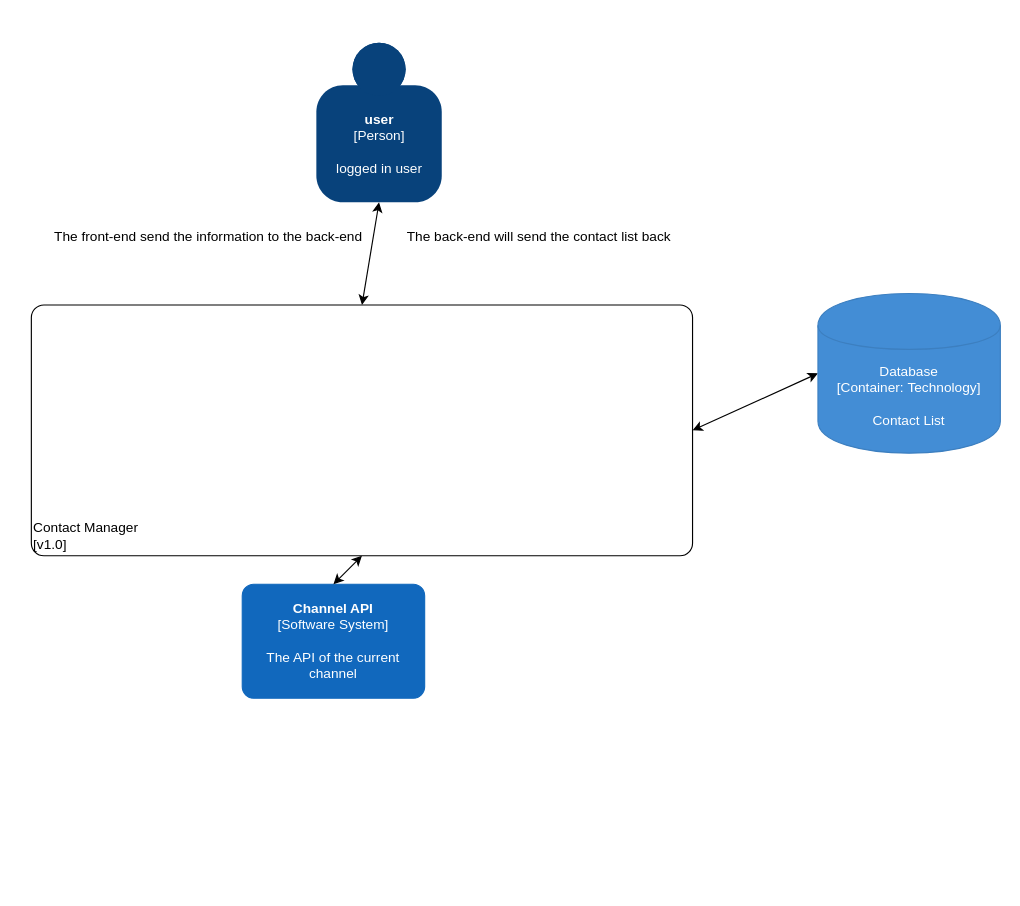
HristeaIonut/Morse-Diagrams keeps this draw.io diagram as page "Component-Diagram" (3 of 3) of C4/C4-Selecting-Contacts-Module.drawio. Above is the earlier version. Source tidied: cells renumbered, new cells numbered last; positions are measured from the earlier drawing's top-left corner, leaving out a move shared by most shapes. Both pictures are drawn from the tidied source at 114%, with x=0, y=0 at pixel (31, 42).
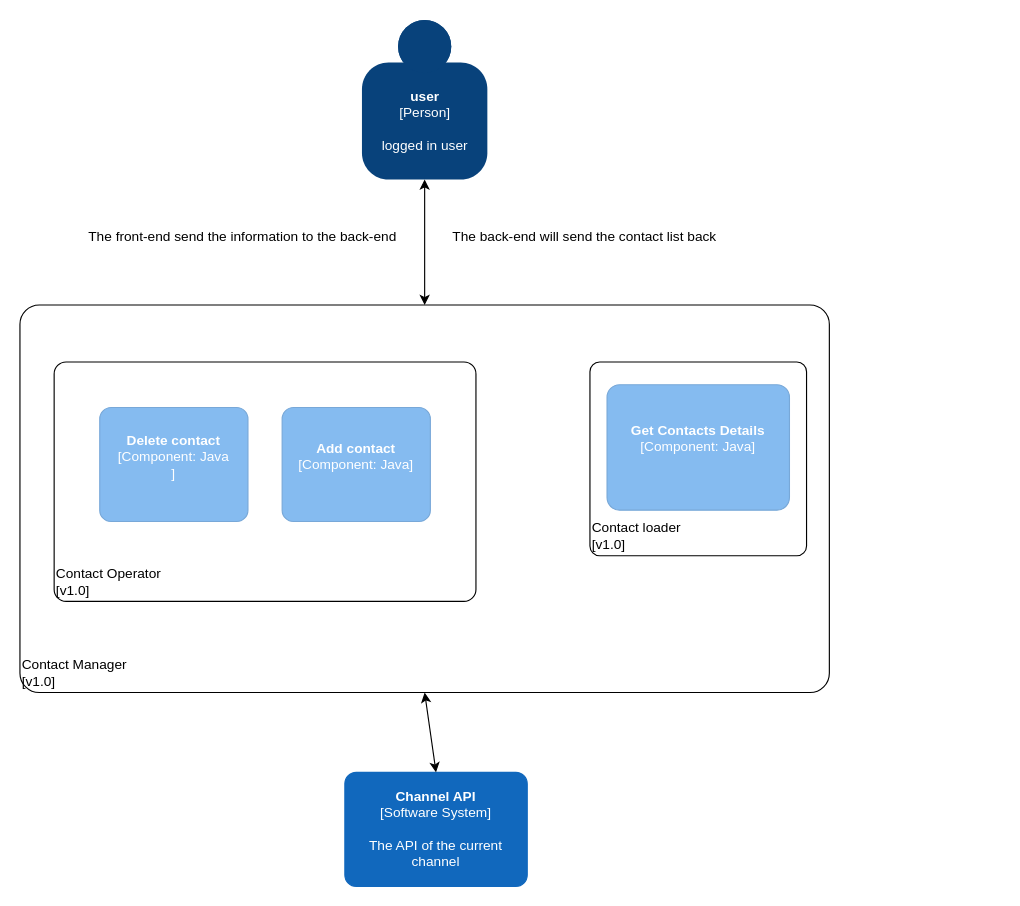
Above is the later version.

What changed in the source:
```diff
@@
 <mxGraphModel>
   <root>
     <mxCell id="0" />
     <mxCell id="1" parent="0" />
     <object id="2" label="&lt;div style=&quot;text-align: left&quot;&gt;%c4Name%&lt;/div&gt;&lt;div style=&quot;text-align: left&quot;&gt;[%c4Application%]&lt;/div&gt;" c4Application="v1.0" c4Name="Contact Manager" placeholders="1">
-      <mxCell style="rounded=1;whiteSpace=wrap;html=1;labelBackgroundColor=none;fillColor=#ffffff;fontColor=#000000;align=left;arcSize=5;strokeColor=#000000;verticalAlign=bottom;metaData={&quot;c4Type&quot;:{&quot;editable&quot;:false}};points=[[0.25,0,0],[0.5,0,0],[0.75,0,0],[1,0.25,0],[1,0.5,0],[1,0.75,0],[0.75,1,0],[0.5,1,0],[0.25,1,0],[0,0.75,0],[0,0.5,0],[0,0.25,0]];" parent="1" vertex="1">
-        <mxGeometry y="230" width="580" height="220" as="geometry" />
+      <mxCell style="rounded=1;whiteSpace=wrap;html=1;labelBackgroundColor=none;fillColor=#ffffff;fontColor=#000000;align=left;arcSize=5;strokeColor=#000000;verticalAlign=bottom;metaData={&quot;c4Type&quot;:{&quot;editable&quot;:false}};points=[[0.25,0,0],[0.5,0,0],[0.75,0,0],[1,0.25,0],[1,0.5,0],[1,0.75,0],[0.75,1,0],[0.5,1,0],[0.25,1,0],[0,0.75,0],[0,0.5,0],[0,0.25,0]];direction=west;" parent="1" vertex="1">
+        <mxGeometry x="-10" y="230" width="710" height="340" as="geometry" />
       </mxCell>
     </object>
     <object id="3" label="&lt;b&gt;%c4Name%&lt;/b&gt;&lt;div&gt;[%c4Type%]&lt;/div&gt;&lt;br&gt;&lt;div&gt;%c4Description%&lt;/div&gt;" c4Description="logged in user" c4Name="user" c4Type="Person" placeholders="1">
       <mxCell style="html=1;dashed=0;whitespace=wrap;fillColor=#08427b;strokeColor=none;fontColor=#ffffff;shape=mxgraph.c4.person;align=center;points=[[0.5,0,0],[1,0.5,0],[1,0.75,0],[0.75,1,0],[0.5,1,0],[0.25,1,0],[0,0.75,0],[0,0.5,0]];metaData={&quot;c4Type&quot;:{&quot;editable&quot;:false}};" parent="1" vertex="1">
-        <mxGeometry x="250" width="110" height="140" as="geometry" />
+        <mxGeometry x="290" y="-20" width="110" height="140" as="geometry" />
       </mxCell>
     </object>
-    <mxCell id="4" style="endArrow=classic;startArrow=classic;html=1;entryX=0.5;entryY=1;entryDx=0;entryDy=0;entryPerimeter=0;exitX=0.5;exitY=0;exitDx=0;exitDy=0;exitPerimeter=0;" parent="1" edge="1" source="2" target="3">
+    <mxCell id="4" style="endArrow=classic;startArrow=classic;html=1;entryX=0.5;entryY=1;entryDx=0;entryDy=0;entryPerimeter=0;" parent="1" edge="1" source="2" target="3">
       <mxGeometry relative="1" as="geometry" />
     </mxCell>
     <mxCell id="5" value="The front-end send the information to the back-end" style="text;html=1;align=center;verticalAlign=middle;" parent="1" vertex="1">
-      <mxGeometry x="10" y="160" width="290" height="20" as="geometry" />
+      <mxGeometry x="40" y="160" width="290" height="20" as="geometry" />
     </mxCell>
     <mxCell id="6" value="The back-end will send the contact list back" style="text;html=1;align=center;verticalAlign=middle;" parent="1" vertex="1">
-      <mxGeometry x="320" y="160" width="250" height="20" as="geometry" />
+      <mxGeometry x="360" y="160" width="250" height="20" as="geometry" />
     </mxCell>
-    <mxCell id="7" style="endArrow=classic;startArrow=classic;html=1;exitX=1;exitY=0.5;exitDx=0;exitDy=0;exitPerimeter=0;entryX=0;entryY=0.5;entryDx=0;entryDy=0;entryPerimeter=0;" parent="1" edge="1" source="2" target="8">
-      <mxGeometry relative="1" as="geometry" />
-    </mxCell>
-    <object id="8" label="%c4Type%&lt;div&gt;[Container:&amp;nbsp;%c4Technology%]&lt;/div&gt;&lt;br&gt;&lt;div&gt;%c4Description%&lt;/div&gt;" c4Description="Contact List" c4Technology="Technology" c4Type="Database" placeholders="1">
-      <mxCell style="shape=cylinder;whiteSpace=wrap;html=1;boundedLbl=1;rounded=0;labelBackgroundColor=none;fillColor=#438DD5;fontSize=12;fontColor=#ffffff;align=center;strokeColor=#3C7FC0;points=[[0.5,0,0],[1,0.25,0],[1,0.5,0],[1,0.75,0],[0.5,1,0],[0,0.75,0],[0,0.5,0],[0,0.25,0]];metaData={&quot;c4Type&quot;:{&quot;editable&quot;:false}};" parent="1" vertex="1">
-        <mxGeometry x="690" y="220" width="160" height="140" as="geometry" />
-      </mxCell>
-    </object>
     <object id="9" label="&lt;b&gt;%c4Name%&lt;/b&gt;&lt;div&gt;[%c4Type%]&lt;/div&gt;&lt;br&gt;&lt;div&gt;%c4Description%&lt;/div&gt;" c4Description="The API of the current channel" c4Name="Channel API" c4Type="Software System" placeholders="1">
       <mxCell style="rounded=1;whiteSpace=wrap;html=1;labelBackgroundColor=none;fillColor=#1168BD;fontColor=#ffffff;align=center;arcSize=10;strokeColor=#1168BD;metaData={&quot;c4Type&quot;:{&quot;editable&quot;:false}};points=[[0.25,0,0],[0.5,0,0],[0.75,0,0],[1,0.25,0],[1,0.5,0],[1,0.75,0],[0.75,1,0],[0.5,1,0],[0.25,1,0],[0,0.75,0],[0,0.5,0],[0,0.25,0]];" parent="1" vertex="1">
-        <mxGeometry x="185" y="475" width="160" height="100" as="geometry" />
+        <mxGeometry x="275" y="640" width="160" height="100" as="geometry" />
       </mxCell>
     </object>
-    <mxCell id="10" style="endArrow=classic;startArrow=classic;html=1;exitX=0.5;exitY=0;exitDx=0;exitDy=0;exitPerimeter=0;entryX=0.5;entryY=1;entryDx=0;entryDy=0;entryPerimeter=0;" parent="1" edge="1" source="9" target="2">
+    <mxCell id="10" style="endArrow=classic;startArrow=classic;html=1;exitX=0.5;exitY=0;exitDx=0;exitDy=0;exitPerimeter=0;entryX=0.5;entryY=0;entryDx=0;entryDy=0;entryPerimeter=0;" parent="1" edge="1" source="9" target="2">
       <mxGeometry relative="1" as="geometry" />
     </mxCell>
+    <object id="11" label="&lt;div style=&quot;text-align: left&quot;&gt;%c4Name%&lt;/div&gt;&lt;div style=&quot;text-align: left&quot;&gt;[%c4Application%]&lt;/div&gt;" c4Application="v1.0" c4Name="Contact Operator" placeholders="1">
+      <mxCell style="rounded=1;whiteSpace=wrap;html=1;labelBackgroundColor=none;fillColor=#ffffff;fontColor=#000000;align=left;arcSize=5;strokeColor=#000000;verticalAlign=bottom;metaData={&quot;c4Type&quot;:{&quot;editable&quot;:false}};" parent="1" vertex="1">
+        <mxGeometry x="20" y="280" width="370" height="210" as="geometry" />
+      </mxCell>
+    </object>
+    <object id="12" label="&lt;b&gt;%c4Name%&lt;/b&gt;&lt;div&gt;[%c4Type%: %c4Technology%]&lt;/div&gt;&lt;br&gt;&lt;div&gt;%c4Description%&lt;/div&gt;" c4Description="" c4Name="Delete contact" c4Technology="Java&#10;" c4Type="Component" placeholders="1">
+      <mxCell style="rounded=1;whiteSpace=wrap;html=1;labelBackgroundColor=none;fillColor=#85BBF0;fontColor=#ffffff;align=center;arcSize=10;strokeColor=#78A8D8;metaData={&quot;c4Type&quot;:{&quot;editable&quot;:false}};" parent="1" vertex="1">
+        <mxGeometry x="60" y="320" width="130" height="100" as="geometry" />
+      </mxCell>
+    </object>
+    <object id="13" label="&lt;div style=&quot;text-align: left&quot;&gt;%c4Name%&lt;/div&gt;&lt;div style=&quot;text-align: left&quot;&gt;[%c4Application%]&lt;/div&gt;" c4Application="v1.0" c4Name="Contact loader" placeholders="1">
+      <mxCell style="rounded=1;whiteSpace=wrap;html=1;labelBackgroundColor=none;fillColor=#ffffff;fontColor=#000000;align=left;arcSize=5;strokeColor=#000000;verticalAlign=bottom;metaData={&quot;c4Type&quot;:{&quot;editable&quot;:false}};" parent="1" vertex="1">
+        <mxGeometry x="490" y="280" width="190" height="170" as="geometry" />
+      </mxCell>
+    </object>
+    <object id="14" label="&lt;b&gt;%c4Name%&lt;/b&gt;&lt;div&gt;[%c4Type%: %c4Technology%]&lt;/div&gt;&lt;br&gt;&lt;div&gt;%c4Description%&lt;/div&gt;" c4Description="" c4Name="Add contact" c4Technology="Java" c4Type="Component" placeholders="1">
+      <mxCell style="rounded=1;whiteSpace=wrap;html=1;labelBackgroundColor=none;fillColor=#85BBF0;fontColor=#ffffff;align=center;arcSize=10;strokeColor=#78A8D8;metaData={&quot;c4Type&quot;:{&quot;editable&quot;:false}};" parent="1" vertex="1">
+        <mxGeometry x="220" y="320" width="130" height="100" as="geometry" />
+      </mxCell>
+    </object>
+    <object id="15" label="&lt;b&gt;%c4Name%&lt;/b&gt;&lt;div&gt;[%c4Type%: %c4Technology%]&lt;/div&gt;&lt;br&gt;&lt;div&gt;%c4Description%&lt;/div&gt;" c4Description="" c4Name="Get Contacts Details" c4Technology="Java" c4Type="Component" placeholders="1">
+      <mxCell style="rounded=1;whiteSpace=wrap;html=1;labelBackgroundColor=none;fillColor=#85BBF0;fontColor=#ffffff;align=center;arcSize=10;strokeColor=#78A8D8;metaData={&quot;c4Type&quot;:{&quot;editable&quot;:false}};" parent="1" vertex="1">
+        <mxGeometry x="505" y="300" width="160" height="110" as="geometry" />
+      </mxCell>
+    </object>
   </root>
 </mxGraphModel>
```
